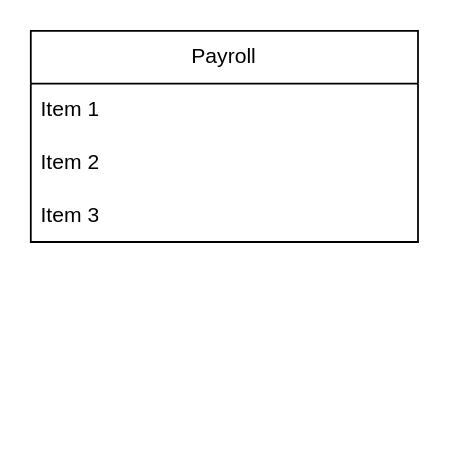
tricia-mj/ITE601-Activities keeps this draw.io diagram as Untitled Diagram.drawio. Above is the earlier version. Source tidied: cells renumbered, new cells numbered last; positions are measured from the earlier drawing's top-left corner, leaving out a move shared by most shapes. Both pictures are drawn from the tidied source at 176%, with x=0, y=0 at pixel (30, 30).
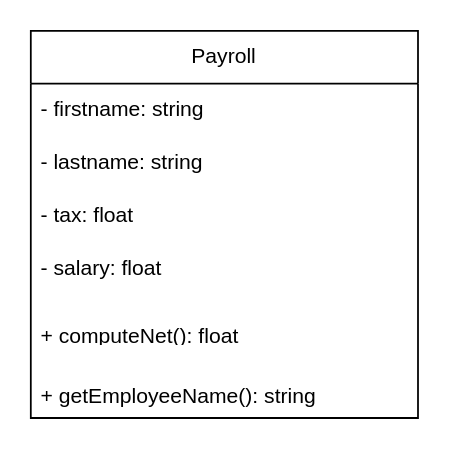
The same page after the edit.

Commit message (it also covers changes not shown here):
UML Diagram (Payroll.php)

What changed in the source:
```diff
@@
 <mxGraphModel>
   <root>
     <mxCell id="0" />
     <mxCell id="1" parent="0" />
     <mxCell id="2" value="Payroll" style="swimlane;fontStyle=0;horizontal=1;startSize=30;whiteSpace=wrap;html=1;" parent="1" vertex="1">
-      <mxGeometry width="220" height="120" as="geometry" />
+      <mxGeometry width="220" height="220" as="geometry" />
     </mxCell>
-    <mxCell id="3" value="Item 1" style="text;strokeColor=none;fillColor=none;align=left;verticalAlign=middle;spacingLeft=4;spacingRight=4;overflow=hidden;whiteSpace=wrap;html=1;" parent="2" vertex="1">
+    <mxCell id="3" value="- firstname: string" style="text;strokeColor=none;fillColor=none;align=left;verticalAlign=middle;spacingLeft=4;spacingRight=4;overflow=hidden;whiteSpace=wrap;html=1;" parent="2" vertex="1">
       <mxGeometry y="30" width="220" height="30" as="geometry" />
     </mxCell>
-    <mxCell id="4" value="Item 2" style="text;strokeColor=none;fillColor=none;align=left;verticalAlign=middle;spacingLeft=4;spacingRight=4;overflow=hidden;whiteSpace=wrap;html=1;" parent="2" vertex="1">
+    <mxCell id="4" value="- lastname: string" style="text;strokeColor=none;fillColor=none;align=left;verticalAlign=middle;spacingLeft=4;spacingRight=4;overflow=hidden;whiteSpace=wrap;html=1;" parent="2" vertex="1">
       <mxGeometry y="60" width="220" height="30" as="geometry" />
     </mxCell>
-    <mxCell id="5" value="Item 3" style="text;strokeColor=none;fillColor=none;align=left;verticalAlign=middle;spacingLeft=4;spacingRight=4;overflow=hidden;whiteSpace=wrap;html=1;" parent="2" vertex="1">
+    <mxCell id="5" value="- tax: float&amp;nbsp;" style="text;strokeColor=none;fillColor=none;align=left;verticalAlign=middle;spacingLeft=4;spacingRight=4;overflow=hidden;whiteSpace=wrap;html=1;" parent="2" vertex="1">
       <mxGeometry y="90" width="220" height="30" as="geometry" />
     </mxCell>
+    <mxCell id="6" value="- salary: float&amp;nbsp;" style="text;strokeColor=none;fillColor=none;align=left;verticalAlign=middle;spacingLeft=4;spacingRight=4;overflow=hidden;whiteSpace=wrap;html=1;" parent="2" vertex="1">
+      <mxGeometry y="120" width="220" height="30" as="geometry" />
+    </mxCell>
+    <mxCell id="7" value="&lt;br&gt;+ computeNet(): float&amp;nbsp;" style="text;strokeColor=none;fillColor=none;align=left;verticalAlign=middle;spacingLeft=4;spacingRight=4;overflow=hidden;whiteSpace=wrap;html=1;" parent="2" vertex="1">
+      <mxGeometry y="150" width="220" height="30" as="geometry" />
+    </mxCell>
+    <mxCell id="8" value="&lt;br&gt;+ getEmployeeName(): string" style="text;strokeColor=none;fillColor=none;align=left;verticalAlign=middle;spacingLeft=4;spacingRight=4;overflow=hidden;whiteSpace=wrap;html=1;" parent="2" vertex="1">
+      <mxGeometry y="180" width="220" height="40" as="geometry" />
+    </mxCell>
   </root>
 </mxGraphModel>
```
